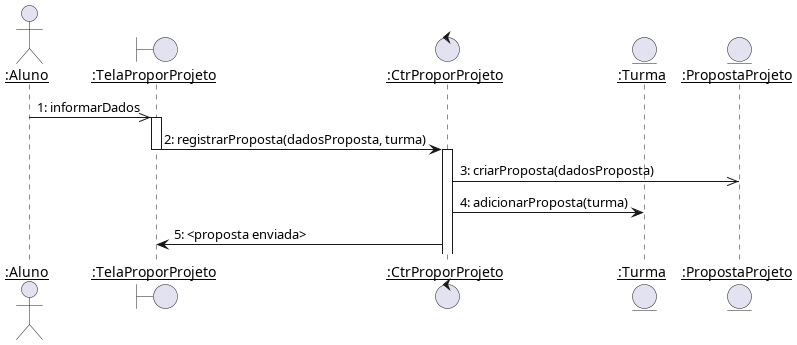
Pedro-V/projetorium keeps this PlantUML diagram as diagramas/sequencia/propor_projeto.png. Above is the earlier version.
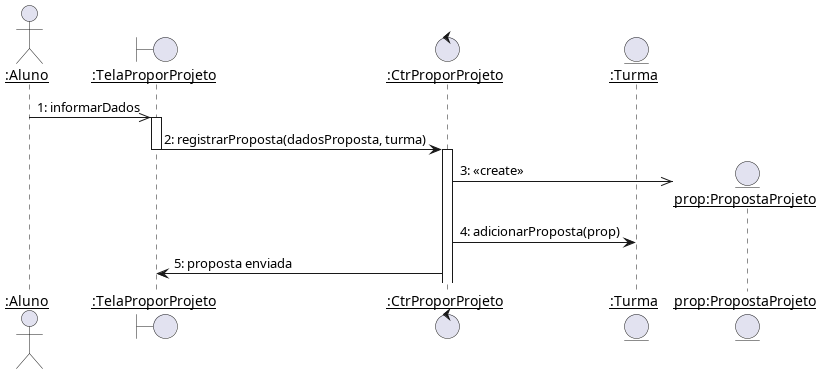
Later version of the same file.

Diff of the diagram source:
```diff
@@ -5,11 +5,11 @@
 boundary ":TelaProporProjeto" as TelaProporProjeto
 control ":CtrProporProjeto" as CtrProporProjeto
 entity ":Turma" as Turma
-entity ":PropostaProjeto" as PropostaProjeto
+entity "prop:PropostaProjeto" as PropostaProjeto
 
 Aluno ->> TelaProporProjeto ++: 1: informarDados
 TelaProporProjeto -> CtrProporProjeto --++: 2: registrarProposta(dadosProposta, turma)
-CtrProporProjeto ->> PropostaProjeto : 3: criarProposta(dadosProposta)
-CtrProporProjeto -> Turma : 4: adicionarProposta(turma)
-CtrProporProjeto -> TelaProporProjeto : 5: <proposta enviada>
+CtrProporProjeto ->> PropostaProjeto **: 3: <<create>>
+CtrProporProjeto -> Turma : 4: adicionarProposta(prop)
+CtrProporProjeto -> TelaProporProjeto : 5: proposta enviada
 @enduml
```
